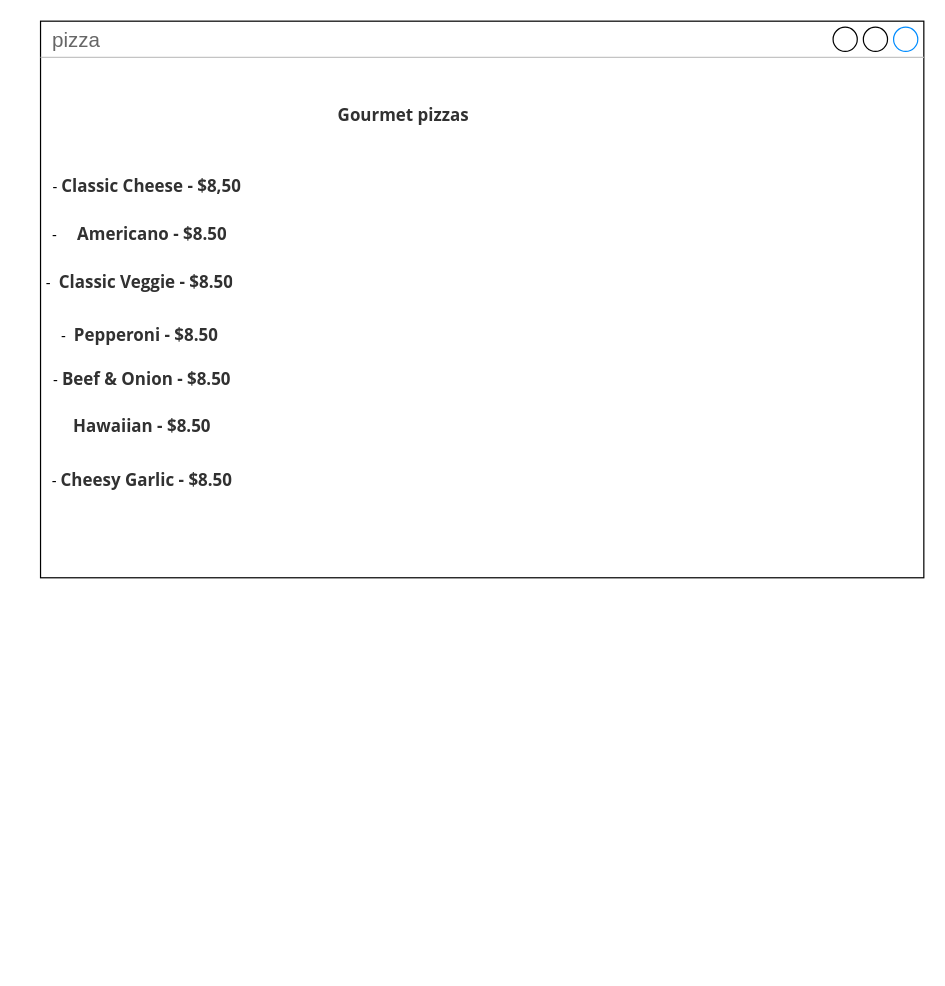
ASDAH-Digtal/pizza-program-mavehanisi2005 keeps this draw.io diagram as page "Page-1" (1 of 2) of Untitled Diagram.drawio. Above is the earlier version. Source tidied: cells renumbered, new cells numbered last; positions are measured from the earlier drawing's top-left corner, leaving out a move shared by most shapes. Both pictures are drawn from the tidied source at 121%, with x=0, y=0 at pixel (33, 21).
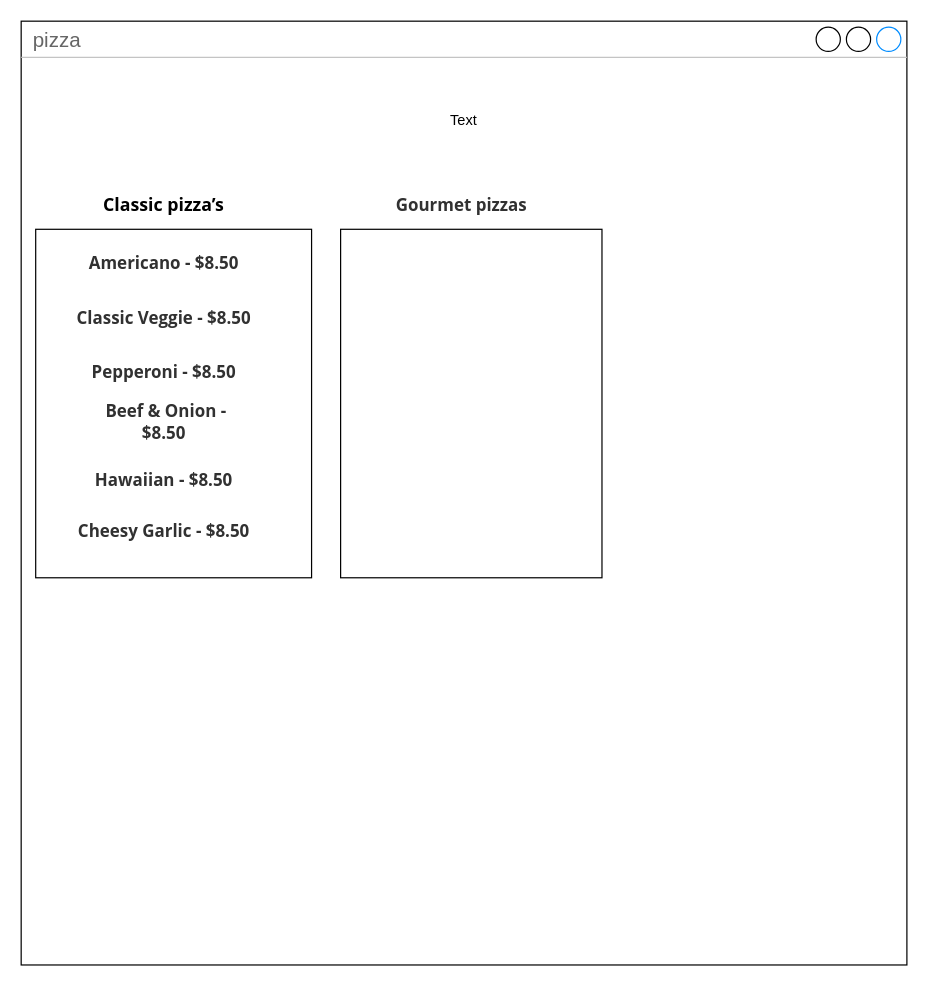
The same diagram, later.

The edit, as a diff of the source:
```diff
@@
 <mxGraphModel>
   <root>
     <mxCell id="0" />
     <mxCell id="1" parent="0" />
     <mxCell id="2" value="pizza&amp;nbsp;" style="strokeWidth=1;shadow=0;dashed=0;align=center;html=1;shape=mxgraph.mockup.containers.window;align=left;verticalAlign=top;spacingLeft=8;strokeColor2=#008cff;strokeColor3=#c4c4c4;fontColor=#666666;mainText=;fontSize=17;labelBackgroundColor=none;" parent="1" vertex="1">
-      <mxGeometry x="6" width="730" height="460" as="geometry" />
+      <mxGeometry x="-10" width="732" height="780" as="geometry" />
     </mxCell>
-    <mxCell id="3" value="-&amp;nbsp;&lt;span lang=&quot;EN-US&quot; class=&quot;TextRun SCXW1328453 BCX0&quot; style=&quot;margin: 0px ; padding: 0px ; text-align: left ; background-color: rgb(255 , 255 , 255) ; color: rgb(49 , 49 , 49) ; font-size: 10.5pt ; line-height: 17.2667px ; font-family: &amp;#34;open sans&amp;#34; , &amp;#34;open sans_embeddedfont&amp;#34; , &amp;#34;open sans_msfontservice&amp;#34; , sans-serif ; font-weight: bold&quot;&gt;&lt;span class=&quot;NormalTextRun SCXW1328453 BCX0&quot; style=&quot;margin: 0px ; padding: 0px&quot;&gt;Classic Cheese - $8,50&lt;/span&gt;&lt;/span&gt;&lt;span class=&quot;EOP SCXW1328453 BCX0&quot; style=&quot;margin: 0px ; padding: 0px ; text-align: left ; background-color: rgb(255 , 255 , 255) ; font-size: 10.5pt ; line-height: 17.2667px ; font-family: &amp;#34;open sans&amp;#34; , &amp;#34;open sans_embeddedfont&amp;#34; , &amp;#34;open sans_msfontservice&amp;#34; , sans-serif ; color: rgb(49 , 49 , 49)&quot;&gt;&amp;nbsp;&lt;/span&gt;" style="text;html=1;strokeColor=none;fillColor=none;align=center;verticalAlign=middle;whiteSpace=wrap;rounded=0;" parent="1" vertex="1">
-      <mxGeometry x="12" y="112" width="168" height="48" as="geometry" />
-    </mxCell>
-    <mxCell id="4" value="-&amp;nbsp; &amp;nbsp; &amp;nbsp;&lt;span lang=&quot;EN-US&quot; class=&quot;TextRun SCXW219076174 BCX0&quot; style=&quot;margin: 0px ; padding: 0px ; text-align: left ; background-color: rgb(255 , 255 , 255) ; color: rgb(49 , 49 , 49) ; font-size: 10.5pt ; line-height: 17.2667px ; font-family: &amp;#34;open sans&amp;#34; , &amp;#34;open sans_embeddedfont&amp;#34; , &amp;#34;open sans_msfontservice&amp;#34; , sans-serif ; font-weight: bold&quot;&gt;&lt;span class=&quot;NormalTextRun SCXW219076174 BCX0&quot; style=&quot;margin: 0px ; padding: 0px&quot;&gt;Americano - $8.50&lt;/span&gt;&lt;/span&gt;&lt;span class=&quot;EOP SCXW219076174 BCX0&quot; style=&quot;margin: 0px ; padding: 0px ; text-align: left ; background-color: rgb(255 , 255 , 255) ; font-size: 10.5pt ; line-height: 17.2667px ; font-family: &amp;#34;open sans&amp;#34; , &amp;#34;open sans_embeddedfont&amp;#34; , &amp;#34;open sans_msfontservice&amp;#34; , sans-serif ; color: rgb(49 , 49 , 49)&quot;&gt;&amp;nbsp;&lt;/span&gt;" style="text;html=1;strokeColor=none;fillColor=none;align=center;verticalAlign=middle;whiteSpace=wrap;rounded=0;" parent="1" vertex="1">
-      <mxGeometry y="160" width="180" height="30" as="geometry" />
-    </mxCell>
-    <mxCell id="5" value="-&amp;nbsp;&amp;nbsp;&lt;span lang=&quot;EN-US&quot; class=&quot;TextRun SCXW152675206 BCX0&quot; style=&quot;margin: 0px ; padding: 0px ; text-align: left ; background-color: rgb(255 , 255 , 255) ; color: rgb(49 , 49 , 49) ; font-size: 10.5pt ; line-height: 17.2667px ; font-family: &amp;#34;open sans&amp;#34; , &amp;#34;open sans_embeddedfont&amp;#34; , &amp;#34;open sans_msfontservice&amp;#34; , sans-serif ; font-weight: bold&quot;&gt;&lt;span class=&quot;NormalTextRun SCXW152675206 BCX0&quot; style=&quot;margin: 0px ; padding: 0px&quot;&gt;Classic Veggie - $8.50&lt;/span&gt;&lt;/span&gt;&lt;span class=&quot;EOP SCXW152675206 BCX0&quot; style=&quot;margin: 0px ; padding: 0px ; text-align: left ; background-color: rgb(255 , 255 , 255) ; font-size: 10.5pt ; line-height: 17.2667px ; font-family: &amp;#34;open sans&amp;#34; , &amp;#34;open sans_embeddedfont&amp;#34; , &amp;#34;open sans_msfontservice&amp;#34; , sans-serif ; color: rgb(49 , 49 , 49)&quot;&gt;&amp;nbsp;&lt;/span&gt;" style="text;html=1;strokeColor=none;fillColor=none;align=center;verticalAlign=middle;whiteSpace=wrap;rounded=0;" parent="1" vertex="1">
-      <mxGeometry x="6" y="200" width="168" height="30" as="geometry" />
-    </mxCell>
-    <mxCell id="6" value="-&amp;nbsp;&amp;nbsp;&lt;span lang=&quot;EN-US&quot; class=&quot;TextRun SCXW35446854 BCX0&quot; style=&quot;margin: 0px ; padding: 0px ; text-align: left ; background-color: rgb(255 , 255 , 255) ; color: rgb(49 , 49 , 49) ; font-size: 10.5pt ; line-height: 17.2667px ; font-family: &amp;#34;open sans&amp;#34; , &amp;#34;open sans_embeddedfont&amp;#34; , &amp;#34;open sans_msfontservice&amp;#34; , sans-serif ; font-weight: bold&quot;&gt;&lt;span class=&quot;NormalTextRun SCXW35446854 BCX0&quot; style=&quot;margin: 0px ; padding: 0px&quot;&gt;Pepperoni - $8.50&lt;/span&gt;&lt;/span&gt;&lt;span class=&quot;EOP SCXW35446854 BCX0&quot; style=&quot;margin: 0px ; padding: 0px ; text-align: left ; background-color: rgb(255 , 255 , 255) ; font-size: 10.5pt ; line-height: 17.2667px ; font-family: &amp;#34;open sans&amp;#34; , &amp;#34;open sans_embeddedfont&amp;#34; , &amp;#34;open sans_msfontservice&amp;#34; , sans-serif ; color: rgb(49 , 49 , 49)&quot;&gt;&amp;nbsp;&lt;/span&gt;" style="text;html=1;strokeColor=none;fillColor=none;align=center;verticalAlign=middle;whiteSpace=wrap;rounded=0;" parent="1" vertex="1">
-      <mxGeometry x="12" y="244" width="156" height="30" as="geometry" />
-    </mxCell>
-    <mxCell id="7" value="-&amp;nbsp;&lt;span lang=&quot;EN-US&quot; class=&quot;TextRun SCXW160311316 BCX0&quot; style=&quot;margin: 0px ; padding: 0px ; text-align: left ; background-color: rgb(255 , 255 , 255) ; color: rgb(49 , 49 , 49) ; font-size: 10.5pt ; line-height: 17.2667px ; font-family: &amp;#34;open sans&amp;#34; , &amp;#34;open sans_embeddedfont&amp;#34; , &amp;#34;open sans_msfontservice&amp;#34; , sans-serif ; font-weight: bold&quot;&gt;&lt;span class=&quot;NormalTextRun SCXW160311316 BCX0&quot; style=&quot;margin: 0px ; padding: 0px&quot;&gt;Beef &amp;amp; Onion - $8.50&lt;/span&gt;&lt;/span&gt;&lt;span class=&quot;EOP SCXW160311316 BCX0&quot; style=&quot;margin: 0px ; padding: 0px ; text-align: left ; background-color: rgb(255 , 255 , 255) ; font-size: 10.5pt ; line-height: 17.2667px ; font-family: &amp;#34;open sans&amp;#34; , &amp;#34;open sans_embeddedfont&amp;#34; , &amp;#34;open sans_msfontservice&amp;#34; , sans-serif ; color: rgb(49 , 49 , 49)&quot;&gt;&amp;nbsp;&lt;/span&gt;" style="text;html=1;strokeColor=none;fillColor=none;align=center;verticalAlign=middle;whiteSpace=wrap;rounded=0;" parent="1" vertex="1">
-      <mxGeometry x="14" y="280" width="156" height="30" as="geometry" />
-    </mxCell>
+    <mxCell id="10" value="&#10;&#10;&lt;span lang=&quot;EN-US&quot; class=&quot;TextRun SCXW166447480 BCX0&quot; style=&quot;margin: 0px; padding: 0px; font-variant: normal; font-style: normal; letter-spacing: normal; text-align: left; text-indent: 0px; text-transform: none; word-spacing: 0px; background-color: rgb(255, 255, 255); color: rgb(49, 49, 49); font-size: 10.5pt; line-height: 17.2667px; font-family: &amp;quot;open sans&amp;quot;, &amp;quot;open sans_embeddedfont&amp;quot;, &amp;quot;open sans_msfontservice&amp;quot;, sans-serif; font-weight: bold;&quot;&gt;&lt;span class=&quot;NormalTextRun SCXW166447480 BCX0&quot; style=&quot;margin: 0px ; padding: 0px&quot;&gt;Gourmet pizzas&lt;/span&gt;&lt;/span&gt;&lt;span class=&quot;EOP SCXW166447480 BCX0&quot; style=&quot;margin: 0px; padding: 0px; font-style: normal; font-weight: 400; letter-spacing: normal; text-align: left; text-indent: 0px; text-transform: none; word-spacing: 0px; background-color: rgb(255, 255, 255); font-size: 10.5pt; line-height: 17.2667px; font-family: &amp;quot;open sans&amp;quot;, &amp;quot;open sans_embeddedfont&amp;quot;, &amp;quot;open sans_msfontservice&amp;quot;, sans-serif; color: rgb(49, 49, 49);&quot;&gt;&amp;nbsp;&lt;/span&gt;&#10;&#10;" style="text;html=1;strokeColor=none;fillColor=none;align=center;verticalAlign=middle;whiteSpace=wrap;rounded=0;" parent="1" vertex="1">
+      <mxGeometry x="290" y="136" width="132" height="30" as="geometry" />
+    </mxCell>
+    <mxCell id="11" value="&#10;&#10;&lt;span lang=&quot;EN-US&quot; class=&quot;TextRun SCXW215827870 BCX0&quot; style=&quot;margin: 0px; padding: 0px; color: rgb(0, 0, 0); font-style: normal; letter-spacing: normal; text-align: left; text-indent: 0px; text-transform: none; word-spacing: 0px; background-color: rgb(255, 255, 255); font-size: 11pt; line-height: 18.3458px; font-family: &amp;quot;open sans&amp;quot;, &amp;quot;open sans_embeddedfont&amp;quot;, &amp;quot;open sans_msfontservice&amp;quot;, sans-serif; font-weight: bold;&quot;&gt;&lt;span class=&quot;NormalTextRun SCXW215827870 BCX0&quot; style=&quot;margin: 0px ; padding: 0px&quot;&gt;Classic&amp;nbsp;&lt;/span&gt;&lt;span class=&quot;NormalTextRun SCXW215827870 BCX0&quot; style=&quot;margin: 0px ; padding: 0px&quot;&gt;pizza’s&lt;/span&gt;&lt;/span&gt;&lt;span class=&quot;EOP SCXW215827870 BCX0&quot; style=&quot;margin: 0px; padding: 0px; color: rgb(0, 0, 0); font-style: normal; font-weight: 400; letter-spacing: normal; text-align: left; text-indent: 0px; text-transform: none; word-spacing: 0px; background-color: rgb(255, 255, 255); font-size: 11pt; line-height: 18.3458px; font-family: &amp;quot;open sans&amp;quot;, &amp;quot;open sans_embeddedfont&amp;quot;, &amp;quot;open sans_msfontservice&amp;quot;, sans-serif;&quot;&gt;&amp;nbsp;&lt;/span&gt;&#10;&#10;" style="text;html=1;strokeColor=none;fillColor=none;align=center;verticalAlign=middle;whiteSpace=wrap;rounded=0;" parent="1" vertex="1">
+      <mxGeometry x="50" y="136" width="120" height="30" as="geometry" />
+    </mxCell>
+    <mxCell id="12" style="rounded=0;whiteSpace=wrap;html=1;" parent="1" vertex="1">
+      <mxGeometry x="2" y="172" width="228" height="288" as="geometry" />
+    </mxCell>
+    <mxCell id="13" value="&#10;&#10;&lt;span lang=&quot;EN-US&quot; class=&quot;TextRun SCXW6373005 BCX0&quot; style=&quot;margin: 0px; padding: 0px; font-variant: normal; font-style: normal; letter-spacing: normal; text-align: left; text-indent: 0px; text-transform: none; word-spacing: 0px; background-color: rgb(255, 255, 255); color: rgb(49, 49, 49); font-size: 10.5pt; line-height: 17.2667px; font-family: &amp;quot;open sans&amp;quot;, &amp;quot;open sans_embeddedfont&amp;quot;, &amp;quot;open sans_msfontservice&amp;quot;, sans-serif; font-weight: bold;&quot;&gt;&lt;span class=&quot;NormalTextRun SCXW6373005 BCX0&quot; style=&quot;margin: 0px ; padding: 0px&quot;&gt;Americano - $8.50&lt;/span&gt;&lt;/span&gt;&lt;span class=&quot;EOP SCXW6373005 BCX0&quot; style=&quot;margin: 0px; padding: 0px; font-style: normal; font-weight: 400; letter-spacing: normal; text-align: left; text-indent: 0px; text-transform: none; word-spacing: 0px; background-color: rgb(255, 255, 255); font-size: 10.5pt; line-height: 17.2667px; font-family: &amp;quot;open sans&amp;quot;, &amp;quot;open sans_embeddedfont&amp;quot;, &amp;quot;open sans_msfontservice&amp;quot;, sans-serif; color: rgb(49, 49, 49);&quot;&gt;&amp;nbsp;&lt;/span&gt;&#10;&#10;" style="text;html=1;strokeColor=none;fillColor=none;align=center;verticalAlign=middle;whiteSpace=wrap;rounded=0;" parent="1" vertex="1">
+      <mxGeometry x="32" y="184" width="156" height="30" as="geometry" />
+    </mxCell>
+    <mxCell id="14" value="&#10;&#10;&lt;span lang=&quot;EN-US&quot; class=&quot;TextRun SCXW138891183 BCX0&quot; style=&quot;margin: 0px; padding: 0px; font-variant: normal; font-style: normal; letter-spacing: normal; text-align: left; text-indent: 0px; text-transform: none; word-spacing: 0px; background-color: rgb(255, 255, 255); color: rgb(49, 49, 49); font-size: 10.5pt; line-height: 17.2667px; font-family: &amp;quot;open sans&amp;quot;, &amp;quot;open sans_embeddedfont&amp;quot;, &amp;quot;open sans_msfontservice&amp;quot;, sans-serif; font-weight: bold;&quot;&gt;&lt;span class=&quot;NormalTextRun SCXW138891183 BCX0&quot; style=&quot;margin: 0px ; padding: 0px&quot;&gt;Classic Veggie - $8.50&lt;/span&gt;&lt;/span&gt;&lt;span class=&quot;EOP SCXW138891183 BCX0&quot; style=&quot;margin: 0px; padding: 0px; font-style: normal; font-weight: 400; letter-spacing: normal; text-align: left; text-indent: 0px; text-transform: none; word-spacing: 0px; background-color: rgb(255, 255, 255); font-size: 10.5pt; line-height: 17.2667px; font-family: &amp;quot;open sans&amp;quot;, &amp;quot;open sans_embeddedfont&amp;quot;, &amp;quot;open sans_msfontservice&amp;quot;, sans-serif; color: rgb(49, 49, 49);&quot;&gt;&amp;nbsp;&lt;/span&gt;&#10;&#10;" style="text;html=1;strokeColor=none;fillColor=none;align=center;verticalAlign=middle;whiteSpace=wrap;rounded=0;" parent="1" vertex="1">
+      <mxGeometry x="32" y="230" width="156" height="30" as="geometry" />
+    </mxCell>
+    <mxCell id="15" value="&#10;&#10;&lt;span lang=&quot;EN-US&quot; class=&quot;TextRun SCXW78922887 BCX0&quot; style=&quot;margin: 0px; padding: 0px; font-variant: normal; font-style: normal; letter-spacing: normal; text-align: left; text-indent: 0px; text-transform: none; word-spacing: 0px; background-color: rgb(255, 255, 255); color: rgb(49, 49, 49); font-size: 10.5pt; line-height: 17.2667px; font-family: &amp;quot;open sans&amp;quot;, &amp;quot;open sans_embeddedfont&amp;quot;, &amp;quot;open sans_msfontservice&amp;quot;, sans-serif; font-weight: bold;&quot;&gt;&lt;span class=&quot;NormalTextRun SCXW78922887 BCX0&quot; style=&quot;margin: 0px ; padding: 0px&quot;&gt;Pepperoni - $8.50&lt;/span&gt;&lt;/span&gt;&lt;span class=&quot;EOP SCXW78922887 BCX0&quot; style=&quot;margin: 0px; padding: 0px; font-style: normal; font-weight: 400; letter-spacing: normal; text-align: left; text-indent: 0px; text-transform: none; word-spacing: 0px; background-color: rgb(255, 255, 255); font-size: 10.5pt; line-height: 17.2667px; font-family: &amp;quot;open sans&amp;quot;, &amp;quot;open sans_embeddedfont&amp;quot;, &amp;quot;open sans_msfontservice&amp;quot;, sans-serif; color: rgb(49, 49, 49);&quot;&gt;&amp;nbsp;&lt;/span&gt;&#10;&#10;" style="text;html=1;strokeColor=none;fillColor=none;align=center;verticalAlign=middle;whiteSpace=wrap;rounded=0;" parent="1" vertex="1">
+      <mxGeometry x="38" y="274" width="144" height="30" as="geometry" />
+    </mxCell>
+    <mxCell id="16" value="&#10;&#10;&lt;span lang=&quot;EN-US&quot; class=&quot;TextRun SCXW229307784 BCX0&quot; style=&quot;margin: 0px; padding: 0px; font-variant: normal; font-style: normal; letter-spacing: normal; text-align: left; text-indent: 0px; text-transform: none; word-spacing: 0px; background-color: rgb(255, 255, 255); color: rgb(49, 49, 49); font-size: 10.5pt; line-height: 17.2667px; font-family: &amp;quot;open sans&amp;quot;, &amp;quot;open sans_embeddedfont&amp;quot;, &amp;quot;open sans_msfontservice&amp;quot;, sans-serif; font-weight: bold;&quot;&gt;&lt;span class=&quot;NormalTextRun SCXW229307784 BCX0&quot; style=&quot;margin: 0px ; padding: 0px&quot;&gt;Beef &amp;amp; Onion - $8.50&lt;/span&gt;&lt;/span&gt;&lt;span class=&quot;EOP SCXW229307784 BCX0&quot; style=&quot;margin: 0px; padding: 0px; font-style: normal; font-weight: 400; letter-spacing: normal; text-align: left; text-indent: 0px; text-transform: none; word-spacing: 0px; background-color: rgb(255, 255, 255); font-size: 10.5pt; line-height: 17.2667px; font-family: &amp;quot;open sans&amp;quot;, &amp;quot;open sans_embeddedfont&amp;quot;, &amp;quot;open sans_msfontservice&amp;quot;, sans-serif; color: rgb(49, 49, 49);&quot;&gt;&amp;nbsp;&lt;/span&gt;&#10;&#10;" style="text;html=1;strokeColor=none;fillColor=none;align=center;verticalAlign=middle;whiteSpace=wrap;rounded=0;" parent="1" vertex="1">
+      <mxGeometry x="38" y="316" width="144" height="30" as="geometry" />
+    </mxCell>
-    <mxCell id="8" value="&#10;&#10;&lt;span lang=&quot;EN-US&quot; class=&quot;TextRun SCXW124371976 BCX0&quot; style=&quot;margin: 0px; padding: 0px; font-variant: normal; font-style: normal; letter-spacing: normal; text-align: left; text-indent: 0px; text-transform: none; word-spacing: 0px; background-color: rgb(255, 255, 255); color: rgb(49, 49, 49); font-size: 10.5pt; line-height: 17.2667px; font-family: &amp;quot;open sans&amp;quot;, &amp;quot;open sans_embeddedfont&amp;quot;, &amp;quot;open sans_msfontservice&amp;quot;, sans-serif; font-weight: bold;&quot;&gt;&lt;span class=&quot;NormalTextRun SCXW124371976 BCX0&quot; style=&quot;margin: 0px ; padding: 0px&quot;&gt;Hawaiian - $8.50&lt;/span&gt;&lt;/span&gt;&lt;span class=&quot;EOP SCXW124371976 BCX0&quot; style=&quot;margin: 0px; padding: 0px; font-style: normal; font-weight: 400; letter-spacing: normal; text-align: left; text-indent: 0px; text-transform: none; word-spacing: 0px; background-color: rgb(255, 255, 255); font-size: 10.5pt; line-height: 17.2667px; font-family: &amp;quot;open sans&amp;quot;, &amp;quot;open sans_embeddedfont&amp;quot;, &amp;quot;open sans_msfontservice&amp;quot;, sans-serif; color: rgb(49, 49, 49);&quot;&gt;&amp;nbsp;&lt;/span&gt;&#10;&#10;" style="text;html=1;strokeColor=none;fillColor=none;align=center;verticalAlign=middle;whiteSpace=wrap;rounded=0;" parent="1" vertex="1">
-      <mxGeometry x="14" y="316" width="156" height="36" as="geometry" />
+    <mxCell id="8" value="&#10;&#10;&lt;span lang=&quot;EN-US&quot; class=&quot;TextRun SCXW258297688 BCX0&quot; style=&quot;margin: 0px; padding: 0px; font-variant: normal; font-style: normal; letter-spacing: normal; text-align: left; text-indent: 0px; text-transform: none; word-spacing: 0px; background-color: rgb(255, 255, 255); color: rgb(49, 49, 49); font-size: 10.5pt; line-height: 17.2667px; font-family: &amp;quot;open sans&amp;quot;, &amp;quot;open sans_embeddedfont&amp;quot;, &amp;quot;open sans_msfontservice&amp;quot;, sans-serif; font-weight: bold;&quot;&gt;&lt;span class=&quot;NormalTextRun SCXW258297688 BCX0&quot; style=&quot;margin: 0px ; padding: 0px&quot;&gt;Hawaiian - $8.50&lt;/span&gt;&lt;/span&gt;&lt;span class=&quot;EOP SCXW258297688 BCX0&quot; style=&quot;margin: 0px; padding: 0px; font-style: normal; font-weight: 400; letter-spacing: normal; text-align: left; text-indent: 0px; text-transform: none; word-spacing: 0px; background-color: rgb(255, 255, 255); font-size: 10.5pt; line-height: 17.2667px; font-family: &amp;quot;open sans&amp;quot;, &amp;quot;open sans_embeddedfont&amp;quot;, &amp;quot;open sans_msfontservice&amp;quot;, sans-serif; color: rgb(49, 49, 49);&quot;&gt;&amp;nbsp;&lt;/span&gt;&#10;&#10;" style="text;html=1;strokeColor=none;fillColor=none;align=center;verticalAlign=middle;whiteSpace=wrap;rounded=0;" parent="1" vertex="1">
+      <mxGeometry x="26" y="364" width="168" height="30" as="geometry" />
     </mxCell>
-    <mxCell id="9" value="-&amp;nbsp;&lt;span lang=&quot;EN-US&quot; class=&quot;TextRun SCXW259956277 BCX0&quot; style=&quot;margin: 0px ; padding: 0px ; text-align: left ; background-color: rgb(255 , 255 , 255) ; color: rgb(49 , 49 , 49) ; font-size: 10.5pt ; line-height: 17.2667px ; font-family: &amp;#34;open sans&amp;#34; , &amp;#34;open sans_embeddedfont&amp;#34; , &amp;#34;open sans_msfontservice&amp;#34; , sans-serif ; font-weight: bold&quot;&gt;&lt;span class=&quot;NormalTextRun SCXW259956277 BCX0&quot; style=&quot;margin: 0px ; padding: 0px&quot;&gt;Cheesy Garlic - $8.50&lt;/span&gt;&lt;/span&gt;&lt;span class=&quot;EOP SCXW259956277 BCX0&quot; style=&quot;margin: 0px ; padding: 0px ; text-align: left ; background-color: rgb(255 , 255 , 255) ; font-size: 10.5pt ; line-height: 17.2667px ; font-family: &amp;#34;open sans&amp;#34; , &amp;#34;open sans_embeddedfont&amp;#34; , &amp;#34;open sans_msfontservice&amp;#34; , sans-serif ; color: rgb(49 , 49 , 49)&quot;&gt;&amp;nbsp;&lt;/span&gt;" style="text;html=1;strokeColor=none;fillColor=none;align=center;verticalAlign=middle;whiteSpace=wrap;rounded=0;" parent="1" vertex="1">
-      <mxGeometry x="14" y="364" width="156" height="30" as="geometry" />
-    </mxCell>
-    <mxCell id="10" value="&#10;&#10;&lt;span lang=&quot;EN-US&quot; class=&quot;TextRun SCXW166447480 BCX0&quot; style=&quot;margin: 0px; padding: 0px; font-variant: normal; font-style: normal; letter-spacing: normal; text-align: left; text-indent: 0px; text-transform: none; word-spacing: 0px; background-color: rgb(255, 255, 255); color: rgb(49, 49, 49); font-size: 10.5pt; line-height: 17.2667px; font-family: &amp;quot;open sans&amp;quot;, &amp;quot;open sans_embeddedfont&amp;quot;, &amp;quot;open sans_msfontservice&amp;quot;, sans-serif; font-weight: bold;&quot;&gt;&lt;span class=&quot;NormalTextRun SCXW166447480 BCX0&quot; style=&quot;margin: 0px ; padding: 0px&quot;&gt;Gourmet pizzas&lt;/span&gt;&lt;/span&gt;&lt;span class=&quot;EOP SCXW166447480 BCX0&quot; style=&quot;margin: 0px; padding: 0px; font-style: normal; font-weight: 400; letter-spacing: normal; text-align: left; text-indent: 0px; text-transform: none; word-spacing: 0px; background-color: rgb(255, 255, 255); font-size: 10.5pt; line-height: 17.2667px; font-family: &amp;quot;open sans&amp;quot;, &amp;quot;open sans_embeddedfont&amp;quot;, &amp;quot;open sans_msfontservice&amp;quot;, sans-serif; color: rgb(49, 49, 49);&quot;&gt;&amp;nbsp;&lt;/span&gt;&#10;&#10;" style="text;html=1;strokeColor=none;fillColor=none;align=center;verticalAlign=middle;whiteSpace=wrap;rounded=0;" parent="1" vertex="1">
-      <mxGeometry x="242" y="62" width="132" height="30" as="geometry" />
-    </mxCell>
+    <mxCell id="17" value="&#10;&#10;&lt;span lang=&quot;EN-US&quot; class=&quot;TextRun SCXW233343216 BCX0&quot; style=&quot;margin: 0px; padding: 0px; font-variant: normal; font-style: normal; letter-spacing: normal; text-align: left; text-indent: 0px; text-transform: none; word-spacing: 0px; background-color: rgb(255, 255, 255); color: rgb(49, 49, 49); font-size: 10.5pt; line-height: 17.2667px; font-family: &amp;quot;open sans&amp;quot;, &amp;quot;open sans_embeddedfont&amp;quot;, &amp;quot;open sans_msfontservice&amp;quot;, sans-serif; font-weight: bold;&quot;&gt;&lt;span class=&quot;NormalTextRun SCXW233343216 BCX0&quot; style=&quot;margin: 0px ; padding: 0px&quot;&gt;Cheesy Garlic - $8.50&lt;/span&gt;&lt;/span&gt;&lt;span class=&quot;EOP SCXW233343216 BCX0&quot; style=&quot;margin: 0px; padding: 0px; font-style: normal; font-weight: 400; letter-spacing: normal; text-align: left; text-indent: 0px; text-transform: none; word-spacing: 0px; background-color: rgb(255, 255, 255); font-size: 10.5pt; line-height: 17.2667px; font-family: &amp;quot;open sans&amp;quot;, &amp;quot;open sans_embeddedfont&amp;quot;, &amp;quot;open sans_msfontservice&amp;quot;, sans-serif; color: rgb(49, 49, 49);&quot;&gt;&amp;nbsp;&lt;/span&gt;&#10;&#10;" style="text;html=1;strokeColor=none;fillColor=none;align=center;verticalAlign=middle;whiteSpace=wrap;rounded=0;" parent="1" vertex="1">
+      <mxGeometry x="26" y="406" width="168" height="30" as="geometry" />
+    </mxCell>
+    <mxCell id="18" style="rounded=0;whiteSpace=wrap;html=1;" parent="1" vertex="1">
+      <mxGeometry x="254" y="172" width="216" height="288" as="geometry" />
+    </mxCell>
+    <mxCell id="19" value="Text" style="text;html=1;strokeColor=none;fillColor=none;align=center;verticalAlign=middle;whiteSpace=wrap;rounded=0;" parent="1" vertex="1">
+      <mxGeometry x="182" y="40" width="348" height="84" as="geometry" />
+    </mxCell>
   </root>
 </mxGraphModel>
```
